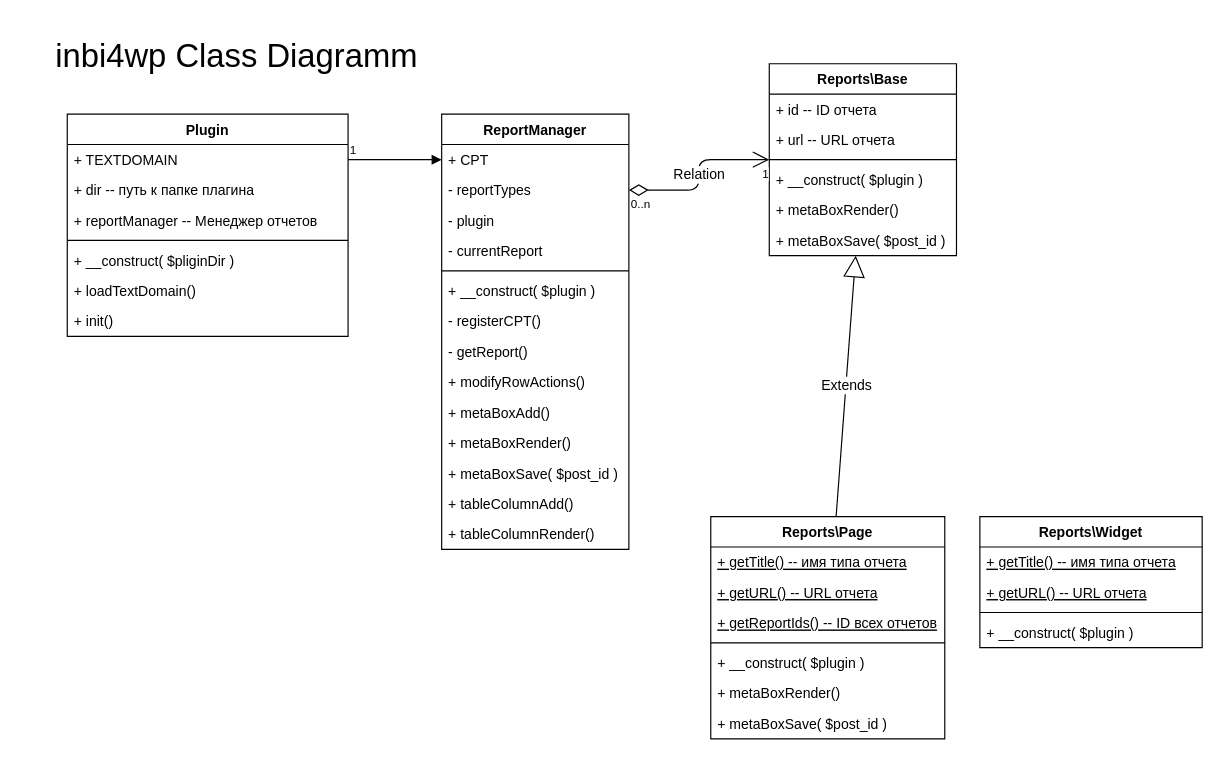
This is docs/inbi4wp-class-diagramm.drawio from ivannikitin-com/inbi4wp, a draw.io file, before an edit. Source tidied: cells renumbered, new cells numbered last; positions are measured from the earlier drawing's top-left corner, leaving out a move shared by most shapes. Both pictures are drawn from the tidied source at 117%, with x=0, y=0 at pixel (20, 20).
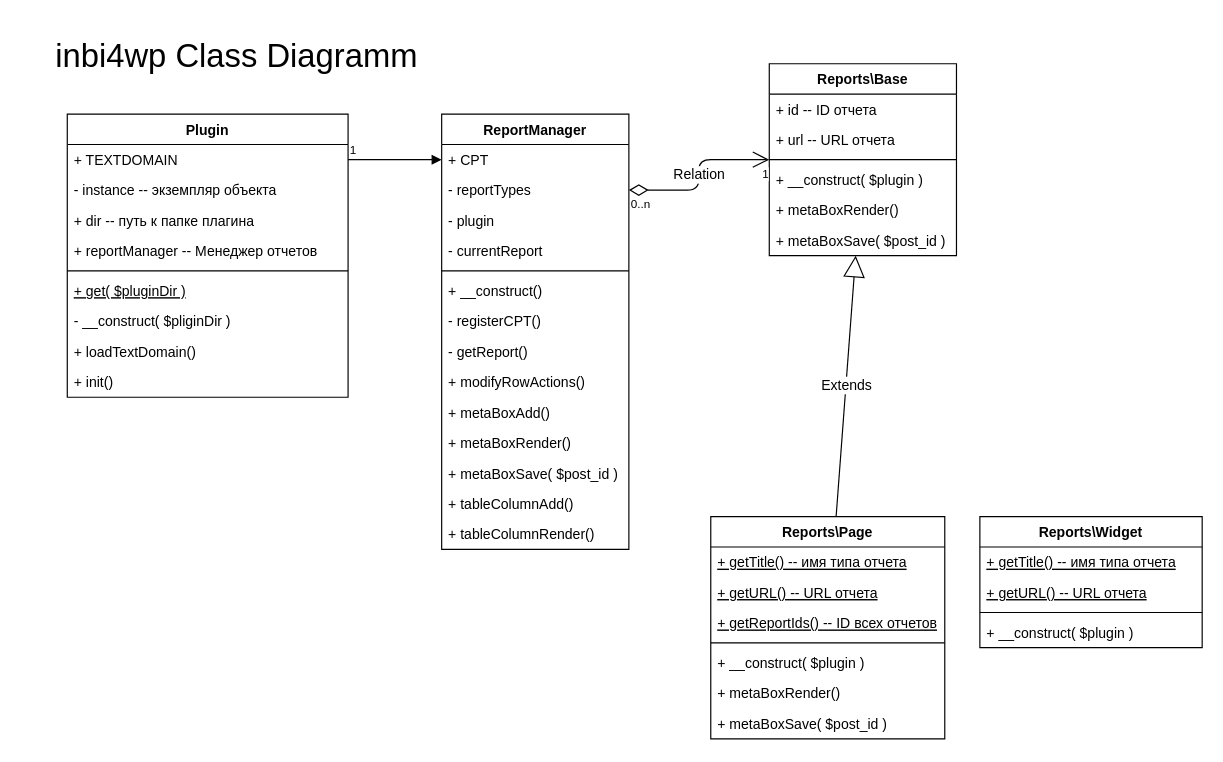
Above is the later version.

The change refers to these unchanged cells:
```xml
<mxCell id="11" value="ReportManager" style="swimlane;fontStyle=1;align=center;verticalAlign=top;horizontal=1;startSize=26;fontSize=12;" parent="1" vertex="1">
  <mxGeometry x="360" y="80" width="160" height="372" as="geometry" />
</mxCell>
```

The edit, as a diff of the source:
```diff
@@
     <mxCell id="3" value="Plugin" style="swimlane;fontStyle=1;align=center;verticalAlign=top;horizontal=1;startSize=26;fontSize=12;" parent="1" vertex="1">
-      <mxGeometry x="40" y="80" width="240" height="190" as="geometry" />
+      <mxGeometry x="40" y="80" width="240" height="242" as="geometry" />
     </mxCell>
@@
-    <mxCell id="5" value="+ dir -- путь к папке плагина" style="text;strokeColor=none;fillColor=none;align=left;verticalAlign=top;spacingLeft=4;spacingRight=4;overflow=hidden;" parent="3" vertex="1">
+    <mxCell id="5" value="- instance -- экземпляр объекта" style="text;strokeColor=none;fillColor=none;align=left;verticalAlign=top;spacingLeft=4;spacingRight=4;overflow=hidden;" parent="3" vertex="1">
       <mxGeometry y="52" width="240" height="26" as="geometry" />
     </mxCell>
+    <mxCell id="52" value="+ dir -- путь к папке плагина" style="text;strokeColor=none;fillColor=none;align=left;verticalAlign=top;spacingLeft=4;spacingRight=4;overflow=hidden;" parent="3" vertex="1">
+      <mxGeometry y="78" width="240" height="26" as="geometry" />
+    </mxCell>
     <mxCell id="6" value="+ reportManager -- Менеджер отчетов" style="text;strokeColor=none;fillColor=none;align=left;verticalAlign=top;spacingLeft=4;spacingRight=4;overflow=hidden;" parent="3" vertex="1">
-      <mxGeometry y="78" width="240" height="26" as="geometry" />
+      <mxGeometry y="104" width="240" height="26" as="geometry" />
     </mxCell>
     <mxCell id="7" style="line;strokeWidth=1;fillColor=none;align=left;verticalAlign=middle;spacingTop=-1;spacingLeft=3;spacingRight=3;labelPosition=right;" parent="3" vertex="1">
-      <mxGeometry y="104" width="240" height="8" as="geometry" />
+      <mxGeometry y="130" width="240" height="8" as="geometry" />
     </mxCell>
-    <mxCell id="8" value="+ __construct( $pliginDir )&#10;" style="text;strokeColor=none;fillColor=none;align=left;verticalAlign=top;spacingLeft=4;spacingRight=4;overflow=hidden;" parent="3" vertex="1">
-      <mxGeometry y="112" width="240" height="26" as="geometry" />
+    <mxCell id="8" value="+ get( $pluginDir )&#10;" style="text;strokeColor=none;fillColor=none;align=left;verticalAlign=top;spacingLeft=4;spacingRight=4;overflow=hidden;fontStyle=4;" parent="3" vertex="1">
+      <mxGeometry y="138" width="240" height="26" as="geometry" />
     </mxCell>
+    <mxCell id="53" value="- __construct( $pliginDir )&#10;" style="text;strokeColor=none;fillColor=none;align=left;verticalAlign=top;spacingLeft=4;spacingRight=4;overflow=hidden;" parent="3" vertex="1">
+      <mxGeometry y="164" width="240" height="26" as="geometry" />
+    </mxCell>
     <mxCell id="9" value="+ loadTextDomain()&#10;" style="text;strokeColor=none;fillColor=none;align=left;verticalAlign=top;spacingLeft=4;spacingRight=4;overflow=hidden;" parent="3" vertex="1">
-      <mxGeometry y="138" width="240" height="26" as="geometry" />
+      <mxGeometry y="190" width="240" height="26" as="geometry" />
     </mxCell>
     <mxCell id="10" value="+ init()&#10;" style="text;strokeColor=none;fillColor=none;align=left;verticalAlign=top;spacingLeft=4;spacingRight=4;overflow=hidden;" parent="3" vertex="1">
-      <mxGeometry y="164" width="240" height="26" as="geometry" />
+      <mxGeometry y="216" width="240" height="26" as="geometry" />
     </mxCell>
@@
-    <mxCell id="17" value="+ __construct( $plugin )&#10;" style="text;strokeColor=none;fillColor=none;align=left;verticalAlign=top;spacingLeft=4;spacingRight=4;overflow=hidden;" parent="11" vertex="1">
+    <mxCell id="17" value="+ __construct()&#10;" style="text;strokeColor=none;fillColor=none;align=left;verticalAlign=top;spacingLeft=4;spacingRight=4;overflow=hidden;" parent="11" vertex="1">
       <mxGeometry y="138" width="160" height="26" as="geometry" />
     </mxCell>
```
